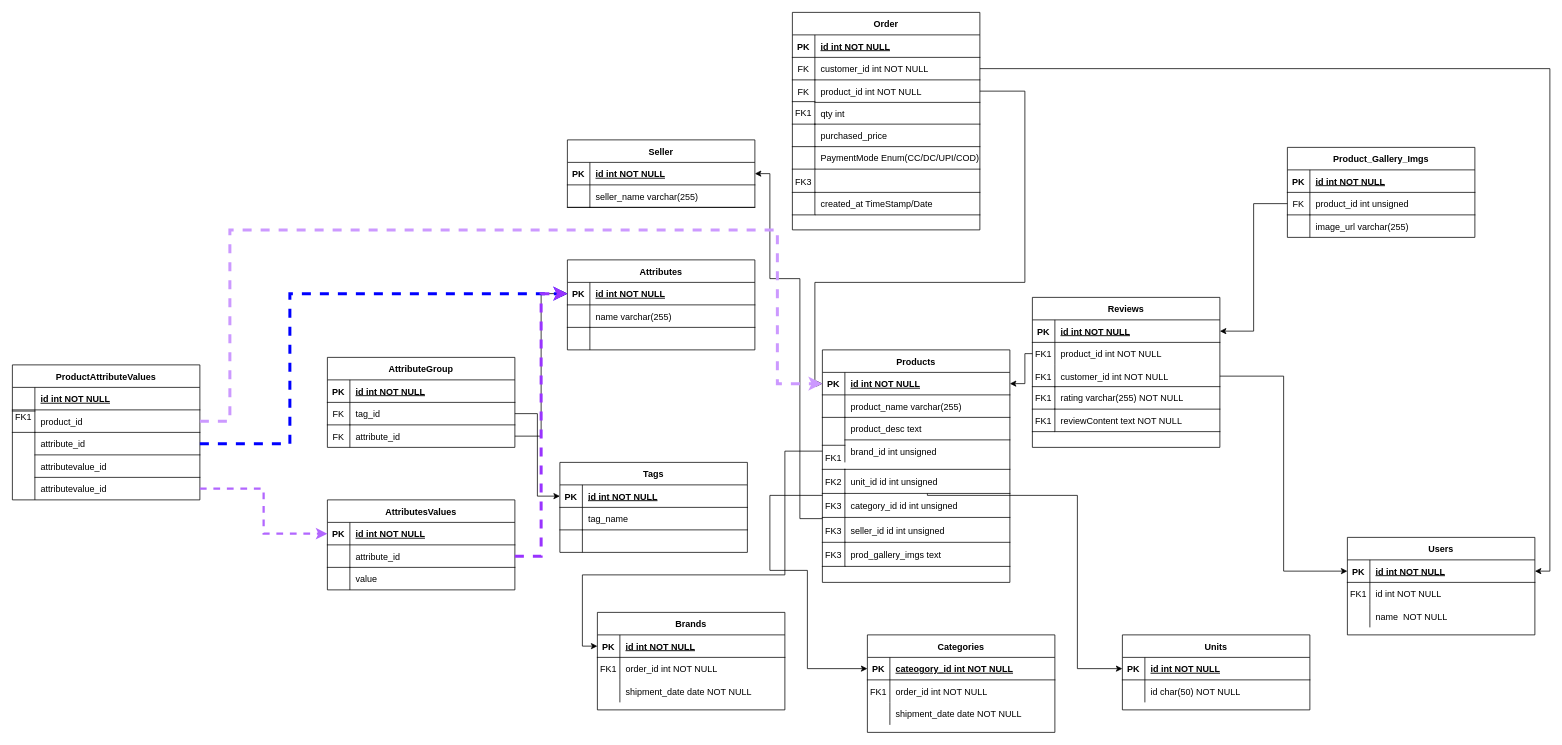
Above: database/migrations/Untitled Diagram.drawio in yashmali408/new-laravel-project- (draw.io), before the change. Source tidied: cells renumbered, new cells numbered last; positions are measured from the earlier drawing's top-left corner, leaving out a move shared by most shapes. Both pictures are drawn from the tidied source at 75%, with x=0, y=0 at pixel (12, 12).
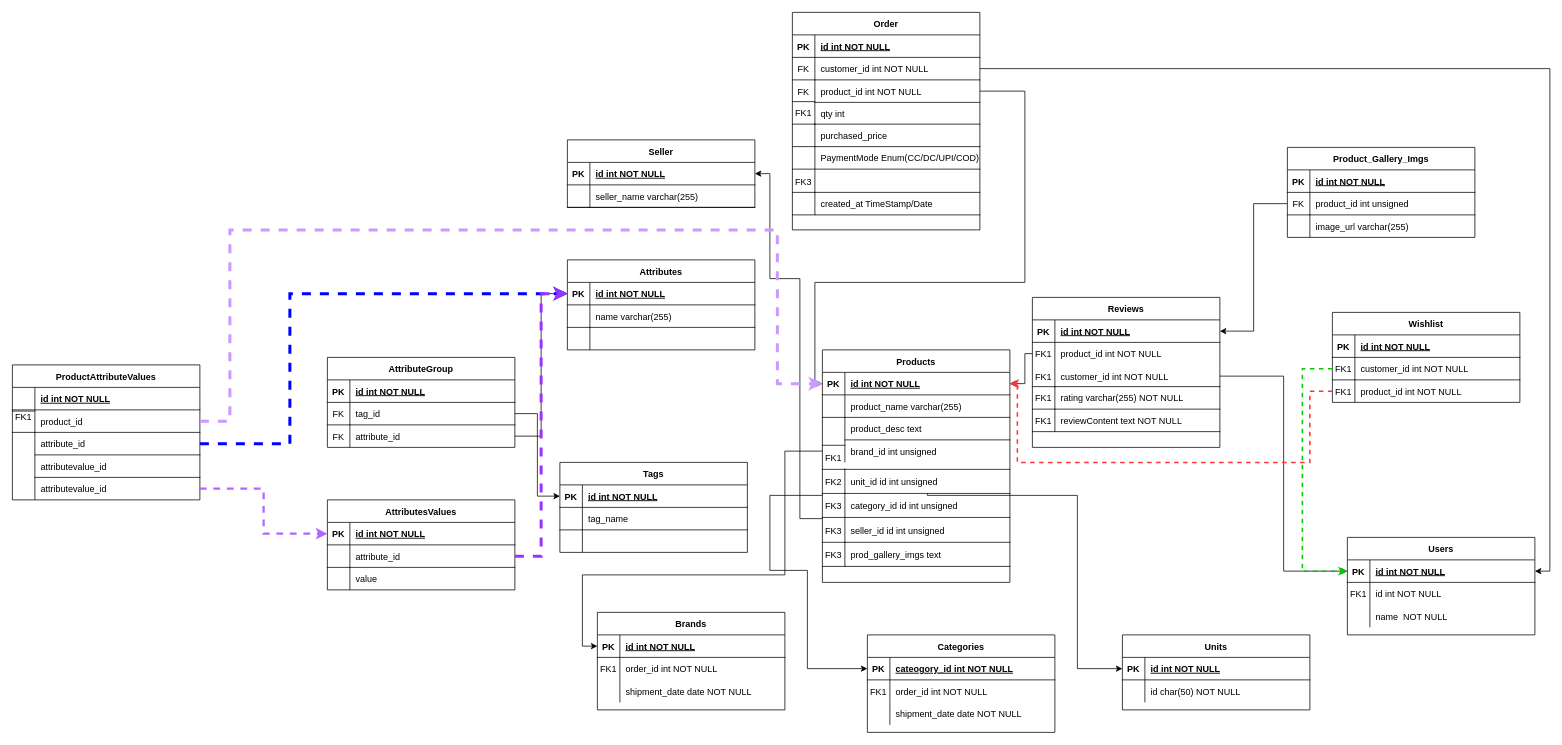
The same page after the edit.

The change refers to these unchanged cells:
```xml
<mxCell id="42" style="shape=partialRectangle;fillColor=none;points=[[0,0.5],[1,0.5]];portConstraint=eastwest;top=0;left=0;right=0;bottom=1;" parent="41" vertex="1">
  <mxGeometry y="30" width="250" height="30" as="geometry" />
</mxCell>
<mxCell id="60" style="shape=partialRectangle;fillColor=none;points=[[0,0.5],[1,0.5]];portConstraint=eastwest;top=0;left=0;right=0;bottom=1;" parent="59" vertex="1">
  <mxGeometry y="30" width="250" height="30" as="geometry" />
</mxCell>
```

Diff of the diagram source:
```diff
@@
+    <mxCell id="216" style="group;" parent="1" vertex="1">
+      <mxGeometry x="1760" y="400" width="250" height="120" as="geometry" />
+    </mxCell>
+    <mxCell id="217" value="Wishlist" style="shape=table;startSize=30;childLayout=tableLayout;rowLines=0;fontStyle=1;align=center;" parent="216" vertex="1">
+      <mxGeometry width="250" height="120" as="geometry" />
+    </mxCell>
+    <mxCell id="218" style="shape=partialRectangle;fillColor=none;top=0;left=0;right=0;bottom=1;" parent="217" vertex="1">
+      <mxGeometry y="30" width="250" height="30" as="geometry" />
+    </mxCell>
+    <mxCell id="219" value="PK" style="shape=partialRectangle;overflow=hidden;fillColor=none;top=0;left=0;bottom=0;right=0;fontStyle=1;" parent="218" vertex="1">
+      <mxGeometry width="30" height="30" as="geometry" />
+    </mxCell>
+    <mxCell id="220" value="id int NOT NULL " style="shape=partialRectangle;overflow=hidden;fillColor=none;top=0;left=0;bottom=0;right=0;align=left;spacingLeft=6;fontStyle=5;" parent="218" vertex="1">
+      <mxGeometry x="30" width="220" height="30" as="geometry" />
+    </mxCell>
+    <mxCell id="221" style="shape=partialRectangle;fillColor=none;points=[[0,0.5],[1,0.5]];portConstraint=eastwest;top=0;left=0;right=0;bottom=0;" parent="217" vertex="1">
+      <mxGeometry y="60" width="250" height="30" as="geometry" />
+    </mxCell>
+    <mxCell id="222" value="FK1" style="shape=partialRectangle;overflow=hidden;fillColor=none;top=0;left=0;bottom=1;right=0;" parent="221" vertex="1">
+      <mxGeometry width="30" height="30" as="geometry" />
+    </mxCell>
+    <mxCell id="223" value="customer_id int NOT NULL" style="shape=partialRectangle;overflow=hidden;fillColor=none;top=0;left=0;bottom=1;right=0;align=left;spacingLeft=6;" parent="221" vertex="1">
+      <mxGeometry x="30" width="220" height="30" as="geometry" />
+    </mxCell>
+    <mxCell id="224" style="shape=partialRectangle;fillColor=none;points=[[0,0.5],[1,0.5]];portConstraint=eastwest;top=0;left=0;right=0;bottom=0;" parent="217" vertex="1">
+      <mxGeometry y="90" width="250" height="30" as="geometry" />
+    </mxCell>
+    <mxCell id="225" style="shape=partialRectangle;overflow=hidden;fillColor=none;top=0;left=0;bottom=0;right=0;" parent="224" vertex="1">
+      <mxGeometry width="30" height="30" as="geometry" />
+    </mxCell>
+    <mxCell id="226" value="product_id int NOT NULL" style="shape=partialRectangle;overflow=hidden;fillColor=none;top=0;left=0;bottom=0;right=0;align=left;spacingLeft=6;" parent="224" vertex="1">
+      <mxGeometry x="30" width="220" height="30" as="geometry" />
+    </mxCell>
+    <mxCell id="227" value="FK1" style="shape=partialRectangle;overflow=hidden;fillColor=none;top=0;left=0;bottom=0;right=0;" parent="216" vertex="1">
+      <mxGeometry y="90" width="30" height="30" as="geometry" />
+    </mxCell>
+    <mxCell id="228" style="edgeStyle=orthogonalEdgeStyle;rounded=0;jettySize=auto;html=1;entryX=1;entryY=0.5;entryDx=0;entryDy=0;strokeWidth=2;dashed=1;strokeColor=#FF3333;" parent="1" edge="1" source="224" target="42">
+      <mxGeometry relative="1" as="geometry">
+        <Array as="points">
+          <mxPoint x="1730" y="505" />
+          <mxPoint x="1730" y="600" />
+          <mxPoint x="1340" y="600" />
+          <mxPoint x="1340" y="495" />
+        </Array>
+      </mxGeometry>
+    </mxCell>
+    <mxCell id="229" style="edgeStyle=orthogonalEdgeStyle;rounded=0;jettySize=auto;html=1;entryX=0;entryY=0.5;entryDx=0;entryDy=0;strokeWidth=2;strokeColor=#00CC00;dashed=1;" parent="1" edge="1" source="221" target="60">
+      <mxGeometry relative="1" as="geometry">
+        <Array as="points">
+          <mxPoint x="1720" y="475" />
+          <mxPoint x="1720" y="745" />
+        </Array>
+      </mxGeometry>
+    </mxCell>
```
